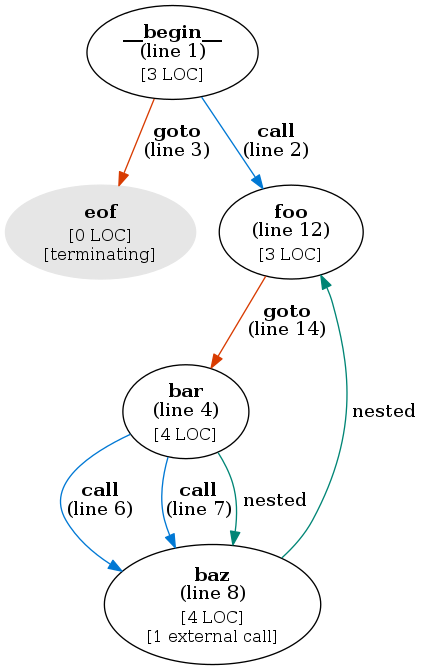
microsoft/cmd-call-graph keeps this Graphviz diagram as examples/example1-nodestats.png. Above is the earlier version. Its source is kept beside it as examples/example1-nodestats.dot. Source of this version:
```dot
digraph g {
"__begin__" [label=<<b>__begin__</b><br/>(line 1)<br/><sub>[3 LOC]</sub>>]
"__begin__" -> "eof" [label=<<b>goto</b><br />(line 3)>,color="#d83b01"]
"__begin__" -> "foo" [label=<<b>call</b><br />(line 2)>,color="#0078d4"]
"bar" [label=<<b>bar</b><br/>(line 4)<br/><sub>[4 LOC]</sub>>]
"bar" -> "baz" [label=<<b>call</b><br />(line 6)>,color="#0078d4"]
"bar" -> "baz" [label=<<b>call</b><br />(line 7)>,color="#0078d4"]
"bar" -> "baz" [label=" nested",color="#008575"]
"baz" [label=<<b>baz</b><br/>(line 8)<br/><sub>[4 LOC]</sub><br/><sub>[1 external call]</sub>>]
"baz" -> "foo" [label=" nested",color="#008575"]
"eof" [color="#e6e6e6",style=filled,label=<<b>eof</b><br/><sub>[0 LOC]</sub><br/><sub>[terminating]</sub>>]
"foo" [label=<<b>foo</b><br/>(line 12)<br/><sub>[3 LOC]</sub>>]
"foo" -> "bar" [label=<<b>goto</b><br />(line 14)>,color="#d83b01"]
}
```
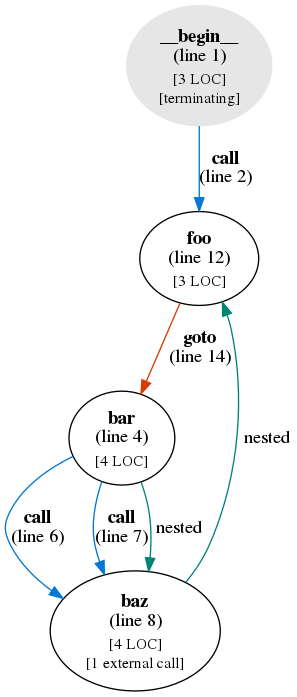
Later version of the same file.

Diff of the diagram source:
```diff
@@ -1,6 +1,5 @@
 digraph g {
-"__begin__" [label=<<b>__begin__</b><br/>(line 1)<br/><sub>[3 LOC]</sub>>]
-"__begin__" -> "eof" [label=<<b>goto</b><br />(line 3)>,color="#d83b01"]
+"__begin__" [color="#e6e6e6",style=filled,label=<<b>__begin__</b><br/>(line 1)<br/><sub>[3 LOC]</sub><br/><sub>[terminating]</sub>>]
 "__begin__" -> "foo" [label=<<b>call</b><br />(line 2)>,color="#0078d4"]
 "bar" [label=<<b>bar</b><br/>(line 4)<br/><sub>[4 LOC]</sub>>]
 "bar" -> "baz" [label=<<b>call</b><br />(line 6)>,color="#0078d4"]
@@ -8,7 +7,6 @@
 "bar" -> "baz" [label=" nested",color="#008575"]
 "baz" [label=<<b>baz</b><br/>(line 8)<br/><sub>[4 LOC]</sub><br/><sub>[1 external call]</sub>>]
 "baz" -> "foo" [label=" nested",color="#008575"]
-"eof" [color="#e6e6e6",style=filled,label=<<b>eof</b><br/><sub>[0 LOC]</sub><br/><sub>[terminating]</sub>>]
 "foo" [label=<<b>foo</b><br/>(line 12)<br/><sub>[3 LOC]</sub>>]
 "foo" -> "bar" [label=<<b>goto</b><br />(line 14)>,color="#d83b01"]
 }
```
